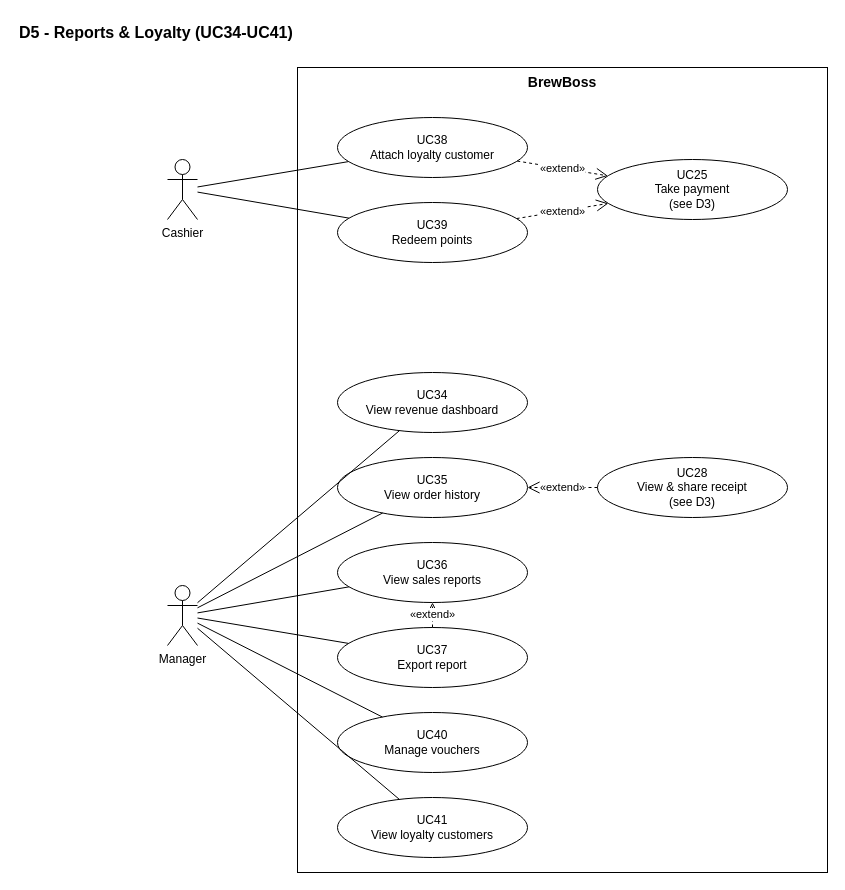
Above: page "D5 Reports & Loyalty" (6 of 6) of docs/diagrams/use-case-diagrams.drawio in huytran303/CafeManagementSystem (draw.io), before the change. Source tidied: cells renumbered, new cells numbered last; positions are measured from the earlier drawing's top-left corner, leaving out a move shared by most shapes. Both pictures are drawn from the tidied source at 100%, with x=0, y=0 at pixel (17, 17).
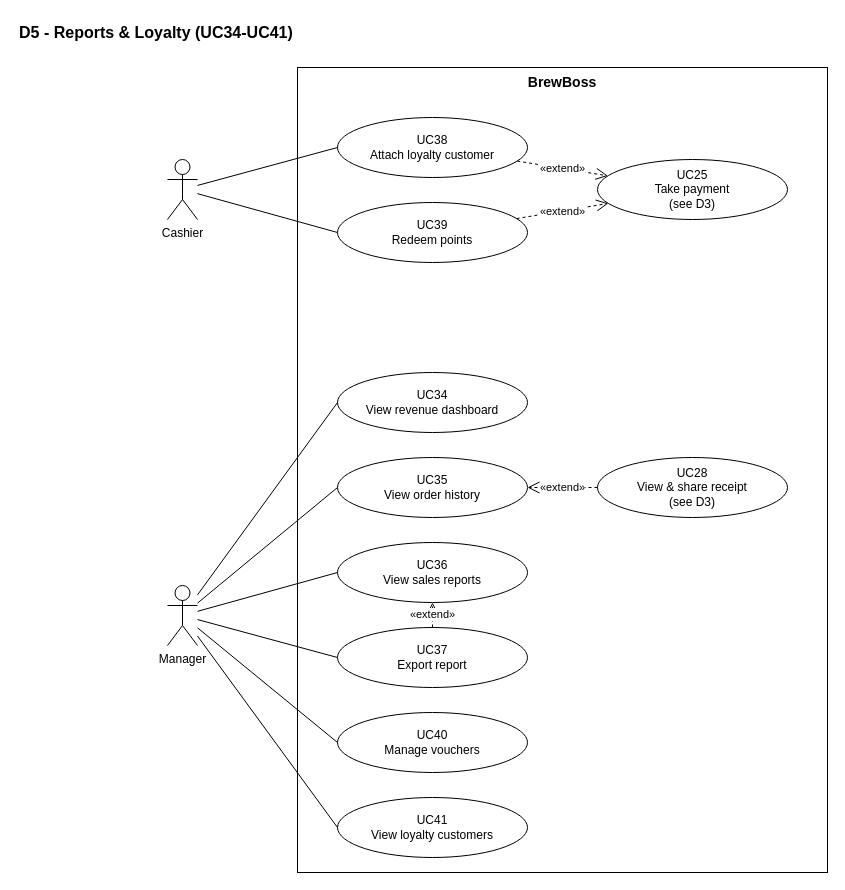
The same diagram, later.

The change refers to these unchanged cells:
```xml
<mxCell id="4" value="UC38&lt;br&gt;Attach loyalty customer" style="ellipse;whiteSpace=wrap;html=1;fillColor=#ffffff;fontSize=12;" parent="1" vertex="1">
  <mxGeometry x="320" y="100" width="190" height="60" as="geometry" />
</mxCell>
<mxCell id="5" value="UC39&lt;br&gt;Redeem points" style="ellipse;whiteSpace=wrap;html=1;fillColor=#ffffff;fontSize=12;" parent="1" vertex="1">
  <mxGeometry x="320" y="185" width="190" height="60" as="geometry" />
</mxCell>
<mxCell id="7" value="UC34&lt;br&gt;View revenue dashboard" style="ellipse;whiteSpace=wrap;html=1;fillColor=#ffffff;fontSize=12;" parent="1" vertex="1">
  <mxGeometry x="320" y="355" width="190" height="60" as="geometry" />
</mxCell>
<mxCell id="8" value="UC35&lt;br&gt;View order history" style="ellipse;whiteSpace=wrap;html=1;fillColor=#ffffff;fontSize=12;" parent="1" vertex="1">
  <mxGeometry x="320" y="440" width="190" height="60" as="geometry" />
</mxCell>
<mxCell id="9" value="UC36&lt;br&gt;View sales reports" style="ellipse;whiteSpace=wrap;html=1;fillColor=#ffffff;fontSize=12;" parent="1" vertex="1">
  <mxGeometry x="320" y="525" width="190" height="60" as="geometry" />
</mxCell>
<mxCell id="10" value="UC37&lt;br&gt;Export report" style="ellipse;whiteSpace=wrap;html=1;fillColor=#ffffff;fontSize=12;" parent="1" vertex="1">
  <mxGeometry x="320" y="610" width="190" height="60" as="geometry" />
</mxCell>
<mxCell id="11" value="UC40&lt;br&gt;Manage vouchers" style="ellipse;whiteSpace=wrap;html=1;fillColor=#ffffff;fontSize=12;" parent="1" vertex="1">
  <mxGeometry x="320" y="695" width="190" height="60" as="geometry" />
</mxCell>
<mxCell id="12" value="UC41&lt;br&gt;View loyalty customers" style="ellipse;whiteSpace=wrap;html=1;fillColor=#ffffff;fontSize=12;" parent="1" vertex="1">
  <mxGeometry x="320" y="780" width="190" height="60" as="geometry" />
</mxCell>
<mxCell id="14" value="Cashier" style="shape=umlActor;verticalLabelPosition=bottom;verticalAlign=top;html=1;outlineConnect=0;fillColor=#ffffff;" parent="1" vertex="1">
  <mxGeometry x="150" y="142" width="30" height="60" as="geometry" />
</mxCell>
<mxCell id="15" value="Manager" style="shape=umlActor;verticalLabelPosition=bottom;verticalAlign=top;html=1;outlineConnect=0;fillColor=#ffffff;" parent="1" vertex="1">
  <mxGeometry x="150" y="568" width="30" height="60" as="geometry" />
</mxCell>
```

Diff of the diagram source:
```diff
@@
-    <mxCell id="16" style="endArrow=none;html=1;rounded=0;" parent="1" edge="1" source="14" target="4">
+    <mxCell id="16" style="endArrow=none;html=1;rounded=0;entryX=0;entryY=0.5;entryDx=0;entryDy=0;" parent="1" edge="1" source="14" target="4">
       <mxGeometry relative="1" as="geometry" />
     </mxCell>
-    <mxCell id="17" style="endArrow=none;html=1;rounded=0;" parent="1" edge="1" source="14" target="5">
+    <mxCell id="17" style="endArrow=none;html=1;rounded=0;entryX=0;entryY=0.5;entryDx=0;entryDy=0;" parent="1" edge="1" source="14" target="5">
       <mxGeometry relative="1" as="geometry" />
     </mxCell>
-    <mxCell id="18" style="endArrow=none;html=1;rounded=0;" parent="1" edge="1" source="15" target="7">
+    <mxCell id="18" style="endArrow=none;html=1;rounded=0;entryX=0;entryY=0.5;entryDx=0;entryDy=0;" parent="1" edge="1" source="15" target="7">
       <mxGeometry relative="1" as="geometry" />
     </mxCell>
-    <mxCell id="19" style="endArrow=none;html=1;rounded=0;" parent="1" edge="1" source="15" target="8">
+    <mxCell id="19" style="endArrow=none;html=1;rounded=0;entryX=0;entryY=0.5;entryDx=0;entryDy=0;" parent="1" edge="1" source="15" target="8">
       <mxGeometry relative="1" as="geometry" />
     </mxCell>
-    <mxCell id="20" style="endArrow=none;html=1;rounded=0;" parent="1" edge="1" source="15" target="9">
+    <mxCell id="20" style="endArrow=none;html=1;rounded=0;entryX=0;entryY=0.5;entryDx=0;entryDy=0;" parent="1" edge="1" source="15" target="9">
       <mxGeometry relative="1" as="geometry" />
     </mxCell>
-    <mxCell id="21" style="endArrow=none;html=1;rounded=0;" parent="1" edge="1" source="15" target="10">
+    <mxCell id="21" style="endArrow=none;html=1;rounded=0;entryX=0;entryY=0.5;entryDx=0;entryDy=0;" parent="1" edge="1" source="15" target="10">
       <mxGeometry relative="1" as="geometry" />
     </mxCell>
-    <mxCell id="22" style="endArrow=none;html=1;rounded=0;" parent="1" edge="1" source="15" target="11">
+    <mxCell id="22" style="endArrow=none;html=1;rounded=0;entryX=0;entryY=0.5;entryDx=0;entryDy=0;" parent="1" edge="1" source="15" target="11">
       <mxGeometry relative="1" as="geometry" />
     </mxCell>
-    <mxCell id="23" style="endArrow=none;html=1;rounded=0;" parent="1" edge="1" source="15" target="12">
+    <mxCell id="23" style="endArrow=none;html=1;rounded=0;entryX=0;entryY=0.5;entryDx=0;entryDy=0;" parent="1" edge="1" source="15" target="12">
       <mxGeometry relative="1" as="geometry" />
     </mxCell>
```
